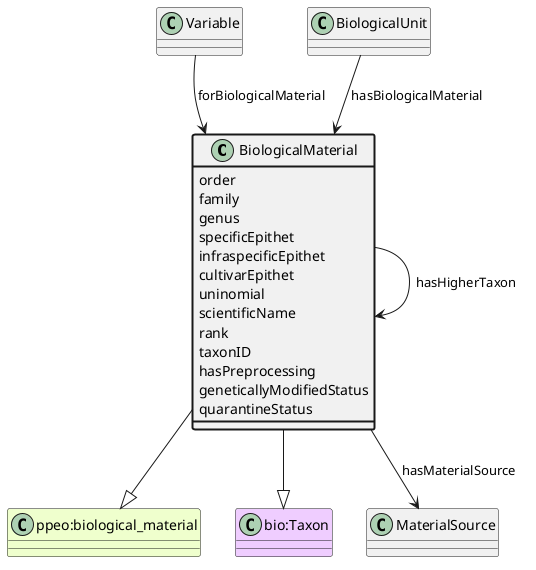
aus-plant-phenomics-network/appn-schema keeps this PlantUML diagram as ttl_uml/ttl_appn_BiologicalMaterial.png. Above is the earlier version.
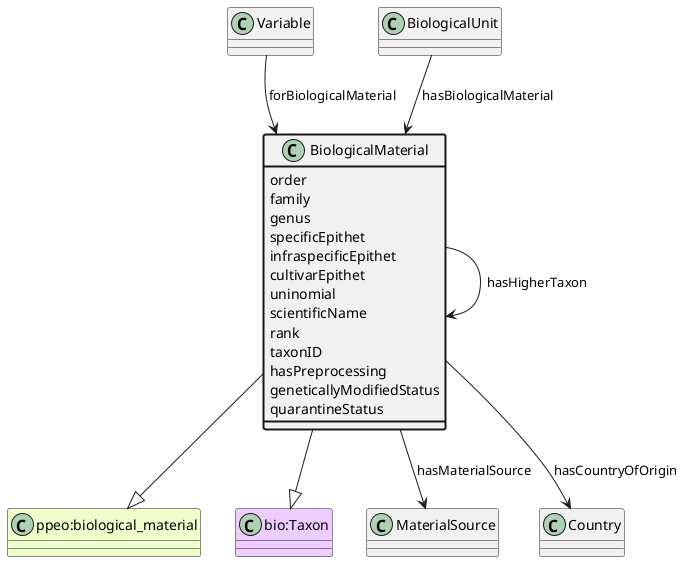
After the change.

Diff of the diagram source:
```diff
@@ -50,4 +50,6 @@
 class BiologicalMaterial #line.bold {
     quarantineStatus
 }
+class Country
+BiologicalMaterial --> Country : hasCountryOfOrigin
 @enduml
```
